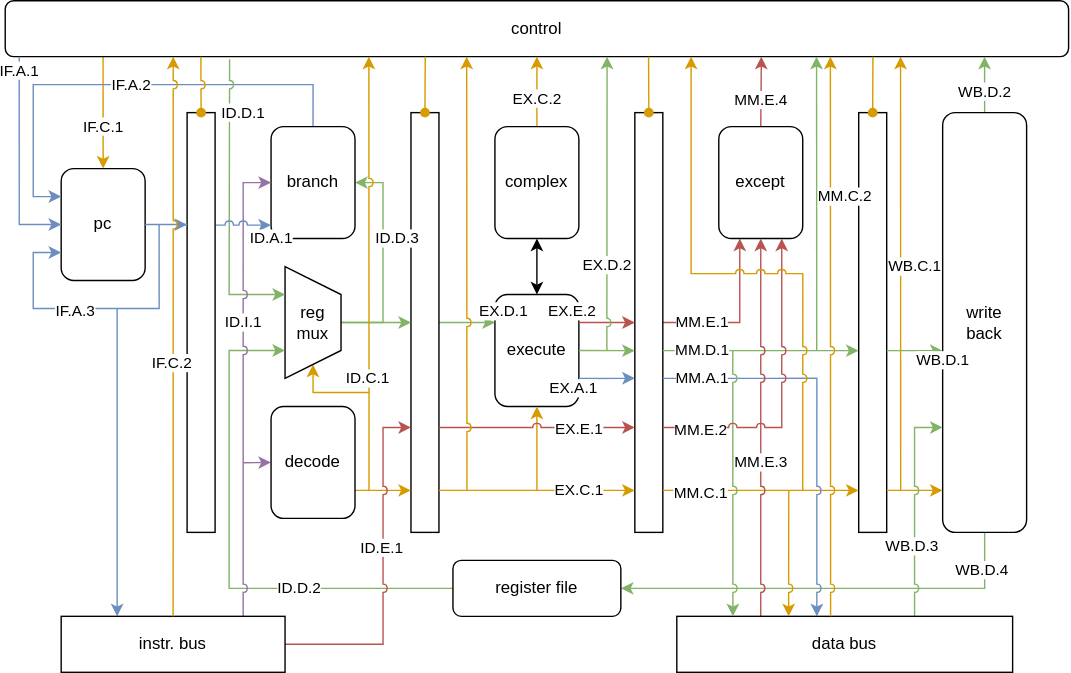
endereyewxy/NaiveMIPS keeps this draw.io diagram as datapath-2.svg. Above is the earlier version. Source tidied: cells renumbered, new cells last; positions are measured from the earlier drawing's top-left corner, leaving out a move shared by most shapes.
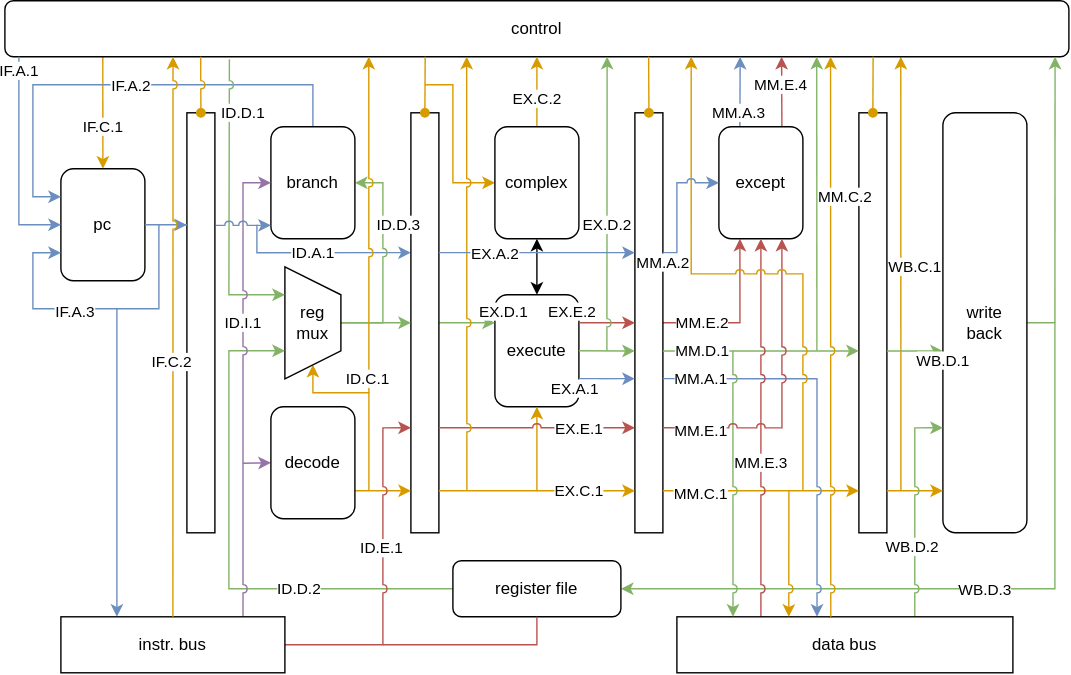
After the commit.

The edit, as a diff of the source:
```diff
@@ -2,6 +2,14 @@
   <root>
     <mxCell id="0" />
     <mxCell id="1" parent="0" />
+    <mxCell id="101" style="endArrow=classic;html=1;fillColor=#dae8fc;strokeColor=#6c8ebf;rounded=0;edgeStyle=orthogonalEdgeStyle;entryX=0;entryY=0.333;entryDx=0;entryDy=0;entryPerimeter=0;jumpStyle=arc;" parent="1" edge="1" target="12">
+      <mxGeometry relative="1" as="geometry">
+        <mxPoint x="180" y="160" as="sourcePoint" />
+        <Array as="points">
+          <mxPoint x="180" y="180" />
+        </Array>
+      </mxGeometry>
+    </mxCell>
     <mxCell id="2" style="endArrow=classic;html=1;entryX=0.842;entryY=1;entryDx=0;entryDy=0;entryPerimeter=0;fillColor=#ffe6cc;strokeColor=#d79b00;jumpStyle=arc;" parent="1" edge="1" target="22">
       <mxGeometry relative="1" as="geometry">
         <mxPoint x="640" y="350" as="sourcePoint" />
@@ -10,7 +18,7 @@
     <mxCell id="3" value="execute" style="rounded=1;whiteSpace=wrap;html=1;" parent="1" vertex="1">
       <mxGeometry x="350" y="210" width="60" height="80" as="geometry" />
     </mxCell>
-    <mxCell id="4" style="endArrow=classic;html=1;exitX=0.5;exitY=0;exitDx=0;exitDy=0;entryX=1;entryY=0.5;entryDx=0;entryDy=0;edgeStyle=orthogonalEdgeStyle;rounded=0;fillColor=#d5e8d4;strokeColor=#82b366;" parent="1" edge="1" source="40" target="18">
+    <mxCell id="4" style="endArrow=classic;html=1;exitX=0.5;exitY=0;exitDx=0;exitDy=0;entryX=1;entryY=0.5;entryDx=0;entryDy=0;edgeStyle=orthogonalEdgeStyle;rounded=0;fillColor=#d5e8d4;strokeColor=#82b366;jumpStyle=arc;" parent="1" edge="1" source="40" target="18">
       <mxGeometry relative="1" as="geometry">
         <Array as="points">
           <mxPoint x="270" y="230" />
@@ -49,7 +57,7 @@
     <mxCell id="13" style="edgeStyle=orthogonalEdgeStyle;rounded=0;jumpStyle=arc;jumpSize=6;jettySize=auto;html=1;exitX=1;exitY=0.5;exitDx=0;exitDy=0;entryX=0.25;entryY=1;entryDx=0;entryDy=0;endArrow=classic;endFill=1;fillColor=#f8cecc;strokeColor=#b85450;" parent="1" edge="1" source="15" target="43">
       <mxGeometry relative="1" as="geometry" />
     </mxCell>
-    <mxCell id="14" value="MM.E.1" style="edgeLabel;html=1;align=center;verticalAlign=middle;" parent="13" vertex="1">
+    <mxCell id="14" value="MM.E.2" style="edgeLabel;html=1;align=center;verticalAlign=middle;" parent="13" vertex="1">
       <mxGeometry x="-0.65" y="1" relative="1" as="geometry">
         <mxPoint x="8" y="1" as="offset" />
       </mxGeometry>
@@ -122,20 +130,30 @@
         <mxPoint x="-1" y="10.5" as="offset" />
       </mxGeometry>
     </mxCell>
+    <mxCell id="102" style="edgeStyle=orthogonalEdgeStyle;rounded=0;jumpStyle=arc;jumpSize=6;jettySize=auto;html=1;exitX=0;exitY=0.5;exitDx=0;exitDy=0;endArrow=classic;endFill=1;fillColor=#ffe6cc;strokeColor=#d79b00;entryX=0;entryY=0.5;entryDx=0;entryDy=0;" parent="1" edge="1" target="31">
+      <mxGeometry relative="1" as="geometry">
+        <mxPoint x="300" y="60" as="sourcePoint" />
+        <Array as="points">
+          <mxPoint x="320" y="60" />
+          <mxPoint x="320" y="130" />
+        </Array>
+      </mxGeometry>
+    </mxCell>
     <mxCell id="31" value="complex" style="rounded=1;whiteSpace=wrap;html=1;" parent="1" vertex="1">
       <mxGeometry x="350" y="90" width="60" height="80" as="geometry" />
     </mxCell>
-    <mxCell id="32" style="edgeStyle=orthogonalEdgeStyle;rounded=0;jumpStyle=arc;jumpSize=6;jettySize=auto;html=1;exitX=0.5;exitY=1;exitDx=0;exitDy=0;entryX=1;entryY=0.5;entryDx=0;entryDy=0;endArrow=classic;endFill=1;fillColor=#d5e8d4;strokeColor=#82b366;" parent="1" edge="1" source="36" target="51">
+    <mxCell id="32" style="edgeStyle=orthogonalEdgeStyle;rounded=0;jumpStyle=arc;jumpSize=6;jettySize=auto;html=1;exitX=1;exitY=0.5;exitDx=0;exitDy=0;entryX=1;entryY=0.5;entryDx=0;entryDy=0;endArrow=classic;endFill=1;fillColor=#d5e8d4;strokeColor=#82b366;" parent="1" edge="1" source="36" target="51">
       <mxGeometry relative="1" as="geometry" />
     </mxCell>
-    <mxCell id="33" value="WB.D.4" style="edgeLabel;html=1;align=center;verticalAlign=middle;" parent="32" vertex="1">
-      <mxGeometry x="-0.82" y="-2" relative="1" as="geometry" />
-    </mxCell>
-    <mxCell id="34" style="edgeStyle=orthogonalEdgeStyle;rounded=0;jumpStyle=arc;jumpSize=6;jettySize=auto;html=1;exitX=0.5;exitY=0;exitDx=0;exitDy=0;endArrow=classic;endFill=1;fillColor=#d5e8d4;strokeColor=#82b366;entryX=0.921;entryY=1;entryDx=0;entryDy=0;entryPerimeter=0;" parent="1" edge="1" source="36" target="22">
-      <mxGeometry relative="1" as="geometry" />
+    <mxCell id="34" style="edgeStyle=orthogonalEdgeStyle;rounded=0;jumpStyle=arc;jumpSize=6;jettySize=auto;html=1;endArrow=classic;endFill=1;fillColor=#d5e8d4;strokeColor=#82b366;entryX=0.987;entryY=1;entryDx=0;entryDy=0;entryPerimeter=0;" parent="1" edge="1" target="22">
+      <mxGeometry relative="1" as="geometry">
+        <mxPoint x="750" y="230" as="sourcePoint" />
+      </mxGeometry>
     </mxCell>
-    <mxCell id="35" value="WB.D.2" style="edgeLabel;html=1;align=center;verticalAlign=middle;" parent="34" vertex="1">
-      <mxGeometry x="-0.22" relative="1" as="geometry" />
+    <mxCell id="35" value="WB.D.3" style="edgeLabel;html=1;align=center;verticalAlign=middle;" parent="34" vertex="1">
+      <mxGeometry x="-0.22" relative="1" as="geometry">
+        <mxPoint x="-50" y="265.5" as="offset" />
+      </mxGeometry>
     </mxCell>
     <mxCell id="36" value="&lt;div&gt;write&lt;/div&gt;&lt;div&gt;back&lt;/div&gt;" style="rounded=1;whiteSpace=wrap;html=1;" parent="1" vertex="1">
       <mxGeometry x="670" y="80" width="60" height="300" as="geometry" />
@@ -145,7 +163,7 @@
     </mxCell>
     <mxCell id="38" value="ID.D.3" style="edgeLabel;html=1;align=center;verticalAlign=middle;" parent="37" vertex="1">
       <mxGeometry x="0.31" relative="1" as="geometry">
-        <mxPoint x="7.1" y="-60" as="offset" />
+        <mxPoint x="7.1" y="-70" as="offset" />
       </mxGeometry>
     </mxCell>
     <mxCell id="39" style="edgeStyle=orthogonalEdgeStyle;rounded=0;jumpStyle=arc;jumpSize=6;jettySize=auto;html=1;exitX=1;exitY=0.5;exitDx=0;exitDy=0;endArrow=classic;endFill=1;fillColor=#ffe6cc;strokeColor=#d79b00;entryX=1;entryY=0.5;entryDx=0;entryDy=0;" parent="1" edge="1" target="40">
@@ -160,11 +178,19 @@
     <mxCell id="40" value="reg mux" style="shape=trapezoid;perimeter=trapezoidPerimeter;whiteSpace=wrap;html=1;fixedSize=1;direction=south;" parent="1" vertex="1">
       <mxGeometry x="200" y="190" width="40" height="80" as="geometry" />
     </mxCell>
-    <mxCell id="41" style="edgeStyle=orthogonalEdgeStyle;rounded=0;jumpStyle=arc;jumpSize=6;jettySize=auto;html=1;exitX=0.5;exitY=0;exitDx=0;exitDy=0;endArrow=classic;endFill=1;entryX=0.711;entryY=1;entryDx=0;entryDy=0;entryPerimeter=0;fillColor=#f8cecc;strokeColor=#b85450;" parent="1" edge="1" source="43" target="22">
-      <mxGeometry relative="1" as="geometry" />
-    </mxCell>
+    <mxCell id="103" style="edgeStyle=orthogonalEdgeStyle;rounded=0;jumpStyle=arc;jumpSize=6;jettySize=auto;html=1;exitX=0.25;exitY=0;exitDx=0;exitDy=0;entryX=0.691;entryY=1;entryDx=0;entryDy=0;entryPerimeter=0;endArrow=classic;endFill=1;fillColor=#dae8fc;strokeColor=#6c8ebf;" parent="1" edge="1" source="43" target="22">
+      <mxGeometry relative="1" as="geometry" />
+    </mxCell>
+    <mxCell id="104" value="MM.A.3" style="edgeLabel;html=1;align=center;verticalAlign=middle;" parent="103" vertex="1">
+      <mxGeometry x="-0.74" y="1" relative="1" as="geometry">
+        <mxPoint y="-3.6" as="offset" />
+      </mxGeometry>
+    </mxCell>
+    <mxCell id="105" style="edgeStyle=orthogonalEdgeStyle;rounded=0;jumpStyle=arc;jumpSize=6;jettySize=auto;html=1;exitX=0.75;exitY=0;exitDx=0;exitDy=0;entryX=0.73;entryY=1;entryDx=0;entryDy=0;entryPerimeter=0;endArrow=classic;endFill=1;fillColor=#f8cecc;strokeColor=#b85450;" parent="1" edge="1" source="43" target="22">
+      <mxGeometry relative="1" as="geometry" />
+    </mxCell>
-    <mxCell id="42" value="MM.E.4" style="edgeLabel;html=1;align=center;verticalAlign=middle;" parent="41" vertex="1">
-      <mxGeometry x="-0.22" relative="1" as="geometry" />
+    <mxCell id="42" value="MM.E.4" style="edgeLabel;html=1;align=center;verticalAlign=middle;" parent="105" vertex="1">
+      <mxGeometry x="0.23" y="1" relative="1" as="geometry" />
     </mxCell>
     <mxCell id="43" value="&lt;div&gt;except&lt;/div&gt;" style="rounded=1;whiteSpace=wrap;html=1;" parent="1" vertex="1">
       <mxGeometry x="510" y="90" width="60" height="80" as="geometry" />
@@ -296,7 +322,7 @@
     </mxCell>
     <mxCell id="68" value="ID.A.1" style="edgeLabel;html=1;align=center;verticalAlign=middle;" parent="67" vertex="1">
       <mxGeometry x="-0.26" y="1" relative="1" as="geometry">
-        <mxPoint x="25" y="10.6" as="offset" />
+        <mxPoint x="54.9" y="20.6" as="offset" />
       </mxGeometry>
     </mxCell>
     <mxCell id="69" style="endArrow=classic;html=1;entryX=0.25;entryY=0;entryDx=0;entryDy=0;fillColor=#dae8fc;strokeColor=#6c8ebf;" parent="1" edge="1" target="72">
@@ -329,7 +355,7 @@
     <mxCell id="75" style="edgeStyle=orthogonalEdgeStyle;rounded=0;jumpStyle=arc;jumpSize=6;jettySize=auto;html=1;exitX=0.708;exitY=0;exitDx=0;exitDy=0;entryX=0;entryY=0.75;entryDx=0;entryDy=0;endArrow=classic;endFill=1;exitPerimeter=0;fillColor=#d5e8d4;strokeColor=#82b366;" parent="1" edge="1" source="79" target="36">
       <mxGeometry relative="1" as="geometry" />
     </mxCell>
-    <mxCell id="76" value="WB.D.3" style="edgeLabel;html=1;align=center;verticalAlign=middle;" parent="75" vertex="1">
+    <mxCell id="76" value="WB.D.2" style="edgeLabel;html=1;align=center;verticalAlign=middle;" parent="75" vertex="1">
       <mxGeometry x="-0.26" y="2" relative="1" as="geometry">
         <mxPoint y="7.1" as="offset" />
       </mxGeometry>
@@ -378,7 +404,9 @@
       </mxGeometry>
     </mxCell>
     <mxCell id="88" value="EX.D.2" style="edgeLabel;html=1;align=center;verticalAlign=middle;" parent="87" vertex="1">
-      <mxGeometry x="-0.41" relative="1" as="geometry" />
+      <mxGeometry x="-0.41" relative="1" as="geometry">
+        <mxPoint y="-28.6" as="offset" />
+      </mxGeometry>
     </mxCell>
     <mxCell id="89" style="edgeStyle=orthogonalEdgeStyle;rounded=0;jumpStyle=arc;jumpSize=6;jettySize=auto;html=1;exitX=0.816;exitY=1;exitDx=0;exitDy=0;entryX=0.5;entryY=0;entryDx=0;entryDy=0;endArrow=oval;endFill=1;exitPerimeter=0;fillColor=#ffe6cc;strokeColor=#d79b00;" parent="1" edge="1" source="22" target="9">
       <mxGeometry relative="1" as="geometry" />
@@ -400,7 +428,7 @@
     <mxCell id="94" style="edgeStyle=orthogonalEdgeStyle;rounded=0;jumpStyle=arc;jumpSize=6;jettySize=auto;html=1;exitX=1;exitY=0.75;exitDx=0;exitDy=0;entryX=0.75;entryY=1;entryDx=0;entryDy=0;endArrow=classic;endFill=1;fillColor=#f8cecc;strokeColor=#b85450;" parent="1" edge="1" source="15" target="43">
       <mxGeometry relative="1" as="geometry" />
     </mxCell>
-    <mxCell id="95" value="MM.E.2" style="edgeLabel;html=1;align=center;verticalAlign=middle;" parent="94" vertex="1">
+    <mxCell id="95" value="MM.E.1" style="edgeLabel;html=1;align=center;verticalAlign=middle;" parent="94" vertex="1">
       <mxGeometry x="-0.8" relative="1" as="geometry">
         <mxPoint x="5" y="2" as="offset" />
       </mxGeometry>
@@ -430,5 +458,34 @@
         <mxPoint x="570" y="350" as="sourcePoint" />
       </mxGeometry>
     </mxCell>
+    <mxCell id="106" style="endArrow=none;html=1;exitX=0.5;exitY=1;exitDx=0;exitDy=0;edgeStyle=orthogonalEdgeStyle;rounded=0;fillColor=#f8cecc;strokeColor=#b85450;" parent="1" edge="1" source="51">
+      <mxGeometry relative="1" as="geometry">
+        <mxPoint x="270" y="460" as="targetPoint" />
+        <Array as="points">
+          <mxPoint x="380" y="460" />
+        </Array>
+      </mxGeometry>
+    </mxCell>
+    <mxCell id="107" style="endArrow=classic;html=1;exitX=1;exitY=0.333;exitDx=0;exitDy=0;exitPerimeter=0;entryX=0;entryY=0.333;entryDx=0;entryDy=0;entryPerimeter=0;fillColor=#dae8fc;strokeColor=#6c8ebf;" parent="1" edge="1" source="12" target="15">
+      <mxGeometry relative="1" as="geometry" />
+    </mxCell>
+    <mxCell id="108" value="EX.A.2" style="edgeLabel;html=1;align=center;verticalAlign=middle;" parent="107" vertex="1">
+      <mxGeometry x="-0.53" y="2" relative="1" as="geometry">
+        <mxPoint x="7.6" y="3" as="offset" />
+      </mxGeometry>
+    </mxCell>
+    <mxCell id="109" style="endArrow=classic;html=1;exitX=1;exitY=0.333;exitDx=0;exitDy=0;exitPerimeter=0;entryX=0;entryY=0.5;entryDx=0;entryDy=0;jumpStyle=arc;fillColor=#dae8fc;strokeColor=#6c8ebf;rounded=0;edgeStyle=orthogonalEdgeStyle;" parent="1" edge="1" source="15" target="43">
+      <mxGeometry relative="1" as="geometry">
+        <Array as="points">
+          <mxPoint x="480" y="180" />
+          <mxPoint x="480" y="130" />
+        </Array>
+      </mxGeometry>
+    </mxCell>
+    <mxCell id="110" value="MM.A.2" style="edgeLabel;html=1;align=center;verticalAlign=middle;" parent="109" vertex="1">
+      <mxGeometry x="0.19" relative="1" as="geometry">
+        <mxPoint x="-10" y="50.3" as="offset" />
+      </mxGeometry>
+    </mxCell>
   </root>
 </mxGraphModel>
```
